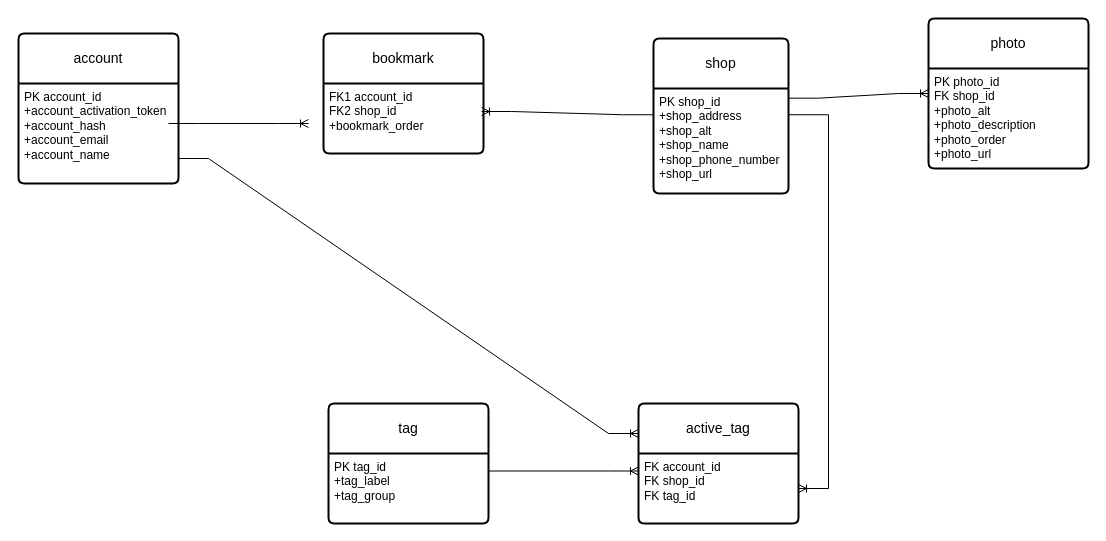
The draw.io diagram docs/ERD.drawio in cohort-web-43-coffee/coffee-capstone, before the edit. Source tidied: cells renumbered, new cells numbered last; positions are measured from the earlier drawing's top-left corner, leaving out a move shared by most shapes. Both pictures are drawn from the tidied source at 100%, with x=0, y=0 at pixel (18, 18).
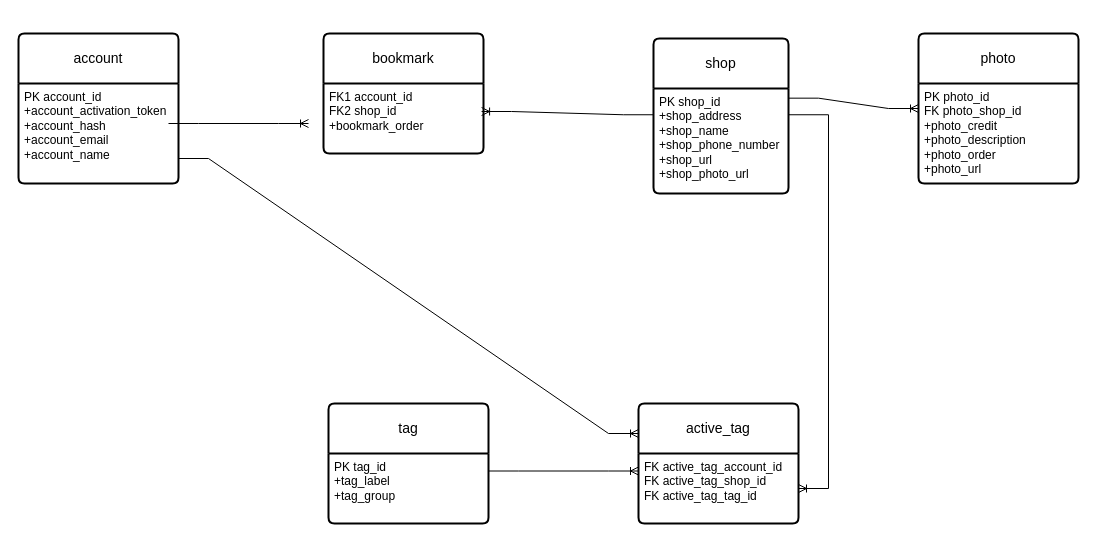
Above is the later version.

Commit message (it also covers changes not shown here):
Update ERD and related

The change refers to these unchanged cells:
```xml
<mxCell id="5" value="shop" style="swimlane;horizontal=1;startSize=50;rounded=1;fontSize=14;fontStyle=0;strokeWidth=2;shadow=0;dashed=0;align=center;arcSize=4;whiteSpace=wrap;html=1;direction=east;" parent="1" vertex="1">
  <mxGeometry x="635" y="20" width="135" height="155" as="geometry" />
</mxCell>
<mxCell id="12" value="active_tag" style="swimlane;horizontal=1;startSize=50;rounded=1;fontSize=14;fontStyle=0;strokeWidth=2;shadow=0;dashed=0;align=center;arcSize=4;whiteSpace=wrap;html=1;" parent="1" vertex="1">
  <mxGeometry x="620" y="385" width="160" height="120" as="geometry" />
</mxCell>
```

What changed in the source:
```diff
@@
-    <mxCell id="6" value="PK shop_id&lt;br&gt;+shop_address&lt;br&gt;+shop_alt&lt;br&gt;+shop_name&lt;br&gt;+shop_phone_number&lt;br&gt;+shop_url" style="align=left;strokeColor=none;fillColor=none;spacingLeft=4;fontSize=12;verticalAlign=top;html=1;" parent="5" vertex="1">
+    <mxCell id="6" value="PK shop_id&lt;br&gt;+shop_address&lt;br&gt;+shop_name&lt;br&gt;+shop_phone_number&lt;br&gt;+shop_url&lt;br&gt;+shop_photo_url" style="align=left;strokeColor=none;fillColor=none;spacingLeft=4;fontSize=12;verticalAlign=top;html=1;" parent="5" vertex="1">
       <mxGeometry y="50" width="135" height="105" as="geometry" />
     </mxCell>
@@
-    <mxCell id="13" value="FK account_id&lt;br&gt;FK shop_id&lt;br&gt;FK tag_id" style="align=left;strokeColor=none;fillColor=none;spacingLeft=4;fontSize=12;verticalAlign=top;html=1;" parent="12" vertex="1">
+    <mxCell id="13" value="FK active_tag_account_id&lt;br&gt;FK active_tag_shop_id&lt;br&gt;FK active_tag_tag_id" style="align=left;strokeColor=none;fillColor=none;spacingLeft=4;fontSize=12;verticalAlign=top;html=1;" parent="12" vertex="1">
       <mxGeometry y="50" width="160" height="70" as="geometry" />
     </mxCell>
@@
     <mxCell id="16" value="photo" style="swimlane;horizontal=1;startSize=50;rounded=1;fontSize=14;fontStyle=0;strokeWidth=2;shadow=0;dashed=0;align=center;arcSize=4;whiteSpace=wrap;html=1;" parent="1" vertex="1">
-      <mxGeometry x="910" width="160" height="150" as="geometry" />
+      <mxGeometry x="900" y="15" width="160" height="150" as="geometry" />
     </mxCell>
-    <mxCell id="17" value="PK photo_id&lt;br&gt;FK shop_id&lt;br&gt;+photo_alt&lt;br&gt;+photo_description&lt;br&gt;+photo_order&lt;br&gt;+photo_url" style="align=left;strokeColor=none;fillColor=none;spacingLeft=4;fontSize=12;verticalAlign=top;html=1;" parent="16" vertex="1">
+    <mxCell id="17" value="PK photo_id&lt;br&gt;FK photo_shop_id&lt;br&gt;+photo_credit&lt;br&gt;+photo_description&lt;br&gt;+photo_order&lt;br&gt;+photo_url" style="align=left;strokeColor=none;fillColor=none;spacingLeft=4;fontSize=12;verticalAlign=top;html=1;" parent="16" vertex="1">
       <mxGeometry y="50" width="160" height="100" as="geometry" />
     </mxCell>
```
